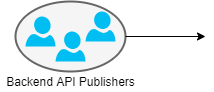
The draw.io diagram Untitled Diagram.png in joshhnaa/sample, before a commit. Source tidied: cells renumbered, new cells last; positions are measured from the earlier drawing's top-left corner, leaving out a move shared by most shapes. The source it was exported from:
```xml
<mxGraphModel>
  <root>
    <mxCell id="0" />
    <mxCell id="1" parent="0" />
    <mxCell id="2" value="&lt;span style=&quot;color: rgba(0 , 0 , 0 , 0) ; font-family: monospace ; font-size: 0px&quot;&gt;%3CmxGraphModel%3E%3Croot%3E%3CmxCell%20id%3D%220%22%2F%3E%3CmxCell%20id%3D%221%22%20parent%3D%220%22%2F%3E%3CmxCell%20id%3D%222%22%20value%3D%22%22%20style%3D%22verticalLabelPosition%3Dbottom%3Bhtml%3D1%3BverticalAlign%3Dtop%3Balign%3Dcenter%3BstrokeColor%3Dnone%3BfillColor%3D%2300BEF2%3Bshape%3Dmxgraph.azure.user%3B%22%20vertex%3D%221%22%20parent%3D%221%22%3E%3CmxGeometry%20x%3D%22150%22%20y%3D%22250%22%20width%3D%2230%22%20height%3D%2230%22%20as%3D%22geometry%22%2F%3E%3C%2FmxCell%3E%3C%2Froot%3E%3C%2FmxGraphModel%3E&lt;/span&gt;" style="strokeWidth=2;html=1;shape=mxgraph.flowchart.start_1;whiteSpace=wrap;fillColor=#f5f5f5;strokeColor=#666666;fontColor=#333333;" parent="1" vertex="1">
      <mxGeometry x="15" width="110" height="70" as="geometry" />
    </mxCell>
    <mxCell id="3" value="&lt;p style=&quot;margin-top: 0pt ; margin-bottom: 0pt ; margin-left: 0in ; text-align: left ; direction: ltr ; unicode-bidi: embed ; word-break: normal&quot;&gt;&lt;span style=&quot;font-size: 9pt&quot;&gt;Backend API Publishers&lt;/span&gt;&lt;/p&gt;" style="text;html=1;align=center;verticalAlign=middle;" parent="1" vertex="1">
      <mxGeometry y="70" width="140" height="20" as="geometry" />
    </mxCell>
    <mxCell id="4" style="verticalLabelPosition=bottom;html=1;verticalAlign=top;align=center;strokeColor=none;fillColor=#00BEF2;shape=mxgraph.azure.user;" parent="1" vertex="1">
      <mxGeometry x="55" y="30" width="30" height="30" as="geometry" />
    </mxCell>
    <mxCell id="5" style="verticalLabelPosition=bottom;html=1;verticalAlign=top;align=center;strokeColor=none;fillColor=#00BEF2;shape=mxgraph.azure.user;" parent="1" vertex="1">
      <mxGeometry x="25" y="15" width="30" height="30" as="geometry" />
    </mxCell>
    <mxCell id="6" style="verticalLabelPosition=bottom;html=1;verticalAlign=top;align=center;strokeColor=none;fillColor=#00BEF2;shape=mxgraph.azure.user;" parent="1" vertex="1">
      <mxGeometry x="85" y="10" width="30" height="30" as="geometry" />
    </mxCell>
    <mxCell id="7" style="endArrow=classic;html=1;exitX=1;exitY=0.5;exitDx=0;exitDy=0;exitPerimeter=0;" parent="1" edge="1" source="2">
      <mxGeometry relative="1" as="geometry">
        <mxPoint x="205" y="35" as="targetPoint" />
      </mxGeometry>
    </mxCell>
  </root>
</mxGraphModel>
```
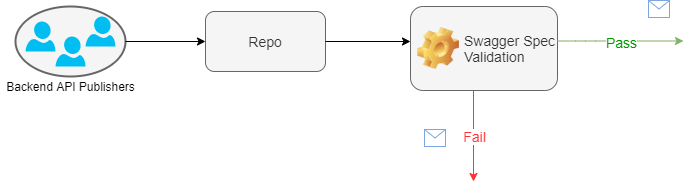
After the change.

Diff of the diagram source:
```diff
@@ -17,10 +17,50 @@
     <mxCell id="6" style="verticalLabelPosition=bottom;html=1;verticalAlign=top;align=center;strokeColor=none;fillColor=#00BEF2;shape=mxgraph.azure.user;" parent="1" vertex="1">
       <mxGeometry x="85" y="10" width="30" height="30" as="geometry" />
     </mxCell>
-    <mxCell id="7" style="endArrow=classic;html=1;exitX=1;exitY=0.5;exitDx=0;exitDy=0;exitPerimeter=0;" parent="1" edge="1" source="2">
-      <mxGeometry relative="1" as="geometry">
-        <mxPoint x="205" y="35" as="targetPoint" />
-      </mxGeometry>
-    </mxCell>
+    <mxCell id="8" style="endArrow=classic;html=1;exitX=1;exitY=0.5;exitDx=0;exitDy=0;exitPerimeter=0;" parent="1" edge="1" source="2">
+      <mxGeometry relative="1" as="geometry">
+        <mxPoint x="205" y="35" as="targetPoint" />
+      </mxGeometry>
+    </mxCell>
+    <mxCell id="9" value="&lt;font style=&quot;font-size: 14px&quot;&gt;Repo&lt;/font&gt;" style="rounded=1;whiteSpace=wrap;html=1;fillColor=#f5f5f5;strokeColor=#666666;fontColor=#333333;" parent="1" vertex="1">
+      <mxGeometry x="205" y="5" width="120" height="60" as="geometry" />
+    </mxCell>
+    <mxCell id="10" style="endArrow=classic;html=1;exitX=1;exitY=0.5;exitDx=0;exitDy=0;" parent="1" edge="1" source="9">
+      <mxGeometry relative="1" as="geometry">
+        <mxPoint x="410" y="35" as="targetPoint" />
+      </mxGeometry>
+    </mxCell>
+    <mxCell id="11" value="&lt;span style=&quot;font-weight: normal&quot;&gt;&lt;font style=&quot;font-size: 14px&quot;&gt;Swagger Spec Validation&lt;/font&gt;&lt;/span&gt;" style="label;whiteSpace=wrap;html=1;image=img/clipart/Gear_128x128.png;fillColor=#f5f5f5;strokeColor=#666666;fontColor=#333333;" parent="1" vertex="1">
+      <mxGeometry x="410" width="147" height="84" as="geometry" />
+    </mxCell>
+    <mxCell id="12" style="endArrow=classic;html=1;strokeColor=#82b366;exitX=1;exitY=0.381;exitDx=0;exitDy=0;exitPerimeter=0;fillColor=#d5e8d4;gradientColor=#97d077;" parent="1" edge="1">
+      <mxGeometry relative="1" as="geometry">
+        <mxPoint x="557" y="34.5" as="sourcePoint" />
+        <mxPoint x="683" y="34.5" as="targetPoint" />
+        <Array as="points">
+          <mxPoint x="585" y="34.5" />
+        </Array>
+      </mxGeometry>
+    </mxCell>
+    <mxCell id="13" value="&lt;font style=&quot;font-size: 14px&quot;&gt;Pass&lt;/font&gt;" style="edgeLabel;html=1;align=center;verticalAlign=middle;fillColor=#00CC00;fontColor=#009900;" parent="12" vertex="1">
+      <mxGeometry relative="1" as="geometry">
+        <mxPoint x="-0.5" y="0.5" as="offset" />
+      </mxGeometry>
+    </mxCell>
+    <mxCell id="14" style="endArrow=classic;html=1;strokeColor=#FF3333;fontColor=#009900;" parent="1" edge="1">
+      <mxGeometry relative="1" as="geometry">
+        <mxPoint x="473" y="84" as="sourcePoint" />
+        <mxPoint x="473" y="175" as="targetPoint" />
+      </mxGeometry>
+    </mxCell>
+    <mxCell id="15" value="Fail" style="edgeLabel;html=1;align=center;verticalAlign=middle;fontSize=14;fontColor=#FF3333;" parent="14" vertex="1">
+      <mxGeometry relative="1" as="geometry" />
+    </mxCell>
+    <mxCell id="16" style="shape=message;html=1;strokeColor=#7EA6E0;" parent="1" vertex="1">
+      <mxGeometry x="648" y="-6" width="21" height="17" as="geometry" />
+    </mxCell>
+    <mxCell id="17" style="shape=message;html=1;strokeColor=#7EA6E0;" parent="1" vertex="1">
+      <mxGeometry x="424" y="123" width="21" height="17" as="geometry" />
+    </mxCell>
   </root>
 </mxGraphModel>
```
